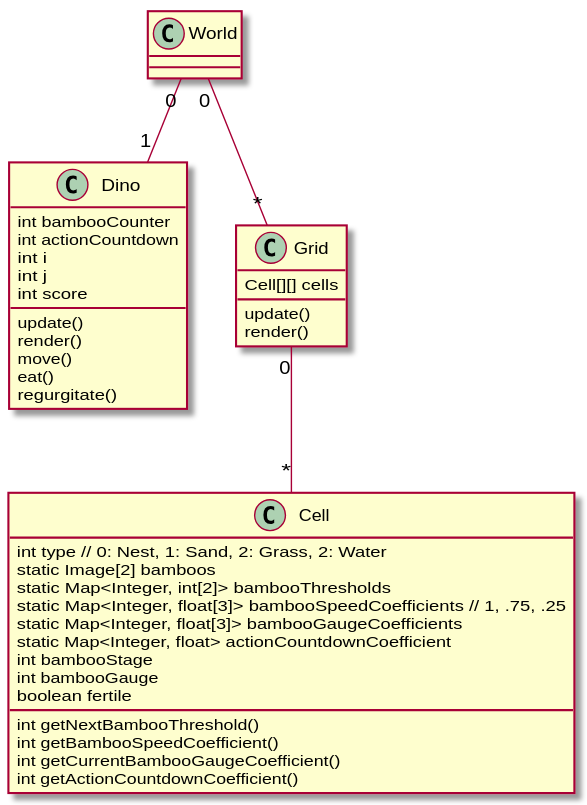
Above: doc/classes.svg in BigDinoTeam/tgd-bamboo-invaders (PlantUML), before the change. Its source is kept beside it as doc/classes.plantuml.
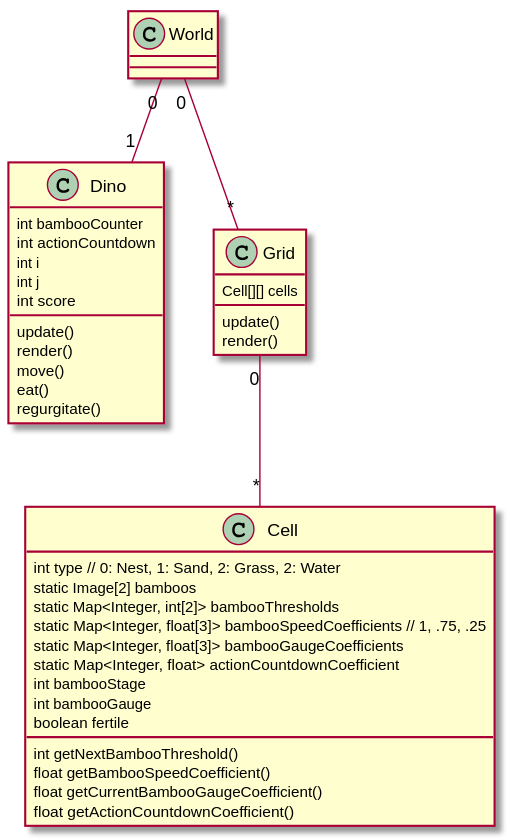
Above is the later version.

Commit message:
Fin du squelette des classes Grid et Cell. Implémentation des getters d'aide dans Cell

Change to the diagram source:
```diff
@@ -32,9 +32,9 @@
 	int bambooGauge
 	boolean fertile
 	int getNextBambooThreshold()
-	int getBambooSpeedCoefficient()
-	int getCurrentBambooGaugeCoefficient()
-	int getActionCountdownCoefficient()
+	float getBambooSpeedCoefficient()
+	float getCurrentBambooGaugeCoefficient()
+	float getActionCountdownCoefficient()
 }
 
 World "0"--"1" Dino
```
